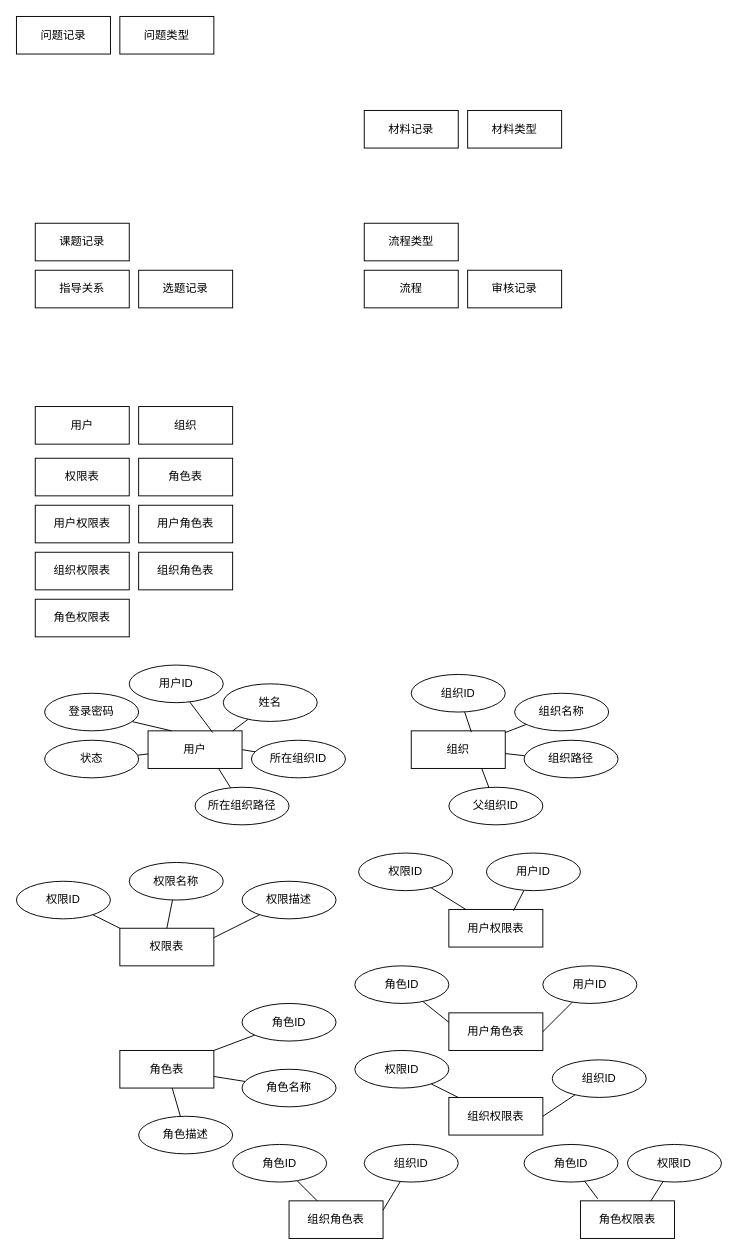
Above: page "第 1 页" (1 of 2) of 毕设管理系统/222.drawio in FdfGithub/drawio (draw.io), before the change. Source tidied: cells renumbered, new cells numbered last; positions are measured from the earlier drawing's top-left corner, leaving out a move shared by most shapes. Both pictures are drawn from the tidied source at 94%, with x=0, y=0 at pixel (16, 16).
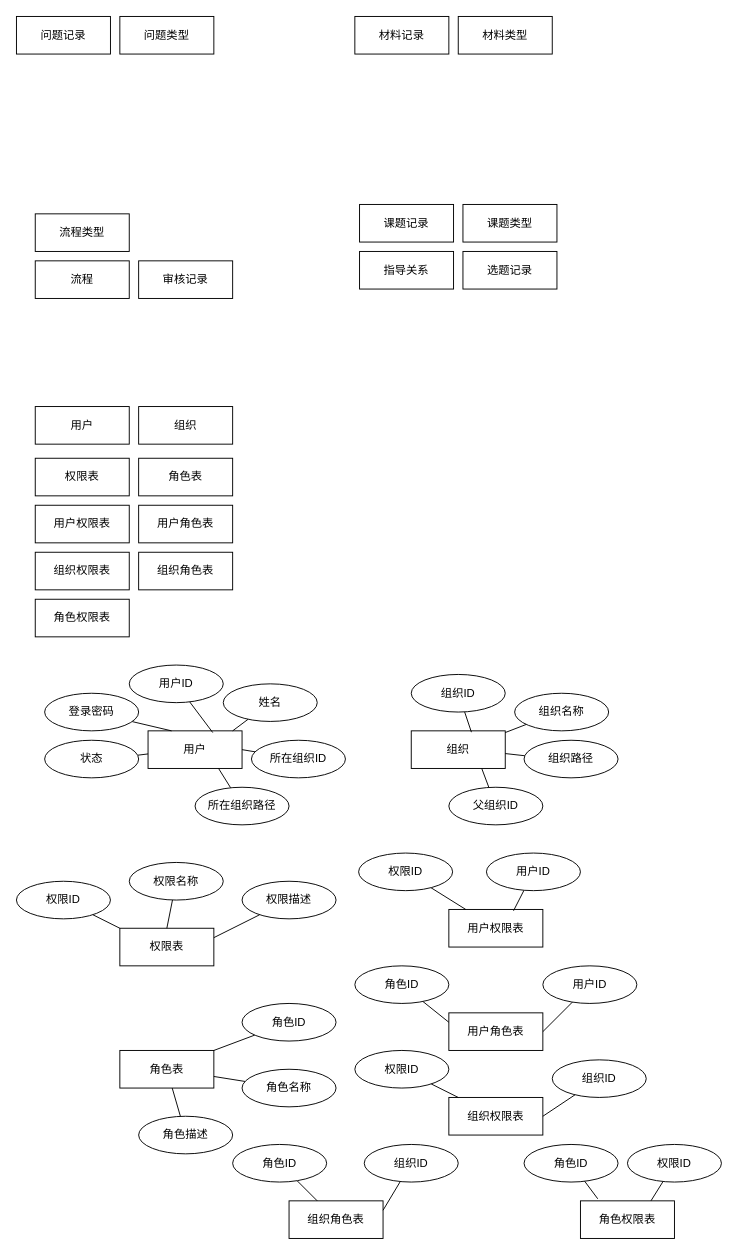
The same page after the edit.

Change to the diagram source:
```diff
@@
     <mxCell id="2" value="课题记录" style="whiteSpace=wrap;html=1;align=center;" parent="1" vertex="1">
-      <mxGeometry x="20" y="220" width="100" height="40" as="geometry" />
+      <mxGeometry x="365" y="200" width="100" height="40" as="geometry" />
     </mxCell>
     <mxCell id="3" value="材料记录" style="whiteSpace=wrap;html=1;align=center;" parent="1" vertex="1">
-      <mxGeometry x="370" y="100" width="100" height="40" as="geometry" />
+      <mxGeometry x="360" width="100" height="40" as="geometry" />
     </mxCell>
@@
     <mxCell id="5" value="流程" style="whiteSpace=wrap;html=1;align=center;" parent="1" vertex="1">
-      <mxGeometry x="370" y="270" width="100" height="40" as="geometry" />
+      <mxGeometry x="20" y="260" width="100" height="40" as="geometry" />
     </mxCell>
     <mxCell id="6" value="材料类型" style="whiteSpace=wrap;html=1;align=center;" parent="1" vertex="1">
-      <mxGeometry x="480" y="100" width="100" height="40" as="geometry" />
+      <mxGeometry x="470" width="100" height="40" as="geometry" />
     </mxCell>
     <mxCell id="7" value="审核记录" style="whiteSpace=wrap;html=1;align=center;" parent="1" vertex="1">
-      <mxGeometry x="480" y="270" width="100" height="40" as="geometry" />
+      <mxGeometry x="130" y="260" width="100" height="40" as="geometry" />
     </mxCell>
     <mxCell id="8" value="指导关系" style="whiteSpace=wrap;html=1;align=center;" parent="1" vertex="1">
-      <mxGeometry x="20" y="270" width="100" height="40" as="geometry" />
+      <mxGeometry x="365" y="250" width="100" height="40" as="geometry" />
     </mxCell>
@@
     <mxCell id="14" value="选题记录" style="whiteSpace=wrap;html=1;align=center;" parent="1" vertex="1">
-      <mxGeometry x="130" y="270" width="100" height="40" as="geometry" />
+      <mxGeometry x="475" y="250" width="100" height="40" as="geometry" />
     </mxCell>
@@
     <mxCell id="20" value="流程类型" style="whiteSpace=wrap;html=1;align=center;" parent="1" vertex="1">
-      <mxGeometry x="370" y="220" width="100" height="40" as="geometry" />
+      <mxGeometry x="20" y="210" width="100" height="40" as="geometry" />
     </mxCell>
@@
+    <mxCell id="82" value="课题类型" style="whiteSpace=wrap;html=1;align=center;" parent="1" vertex="1">
+      <mxGeometry x="475" y="200" width="100" height="40" as="geometry" />
+    </mxCell>
```
